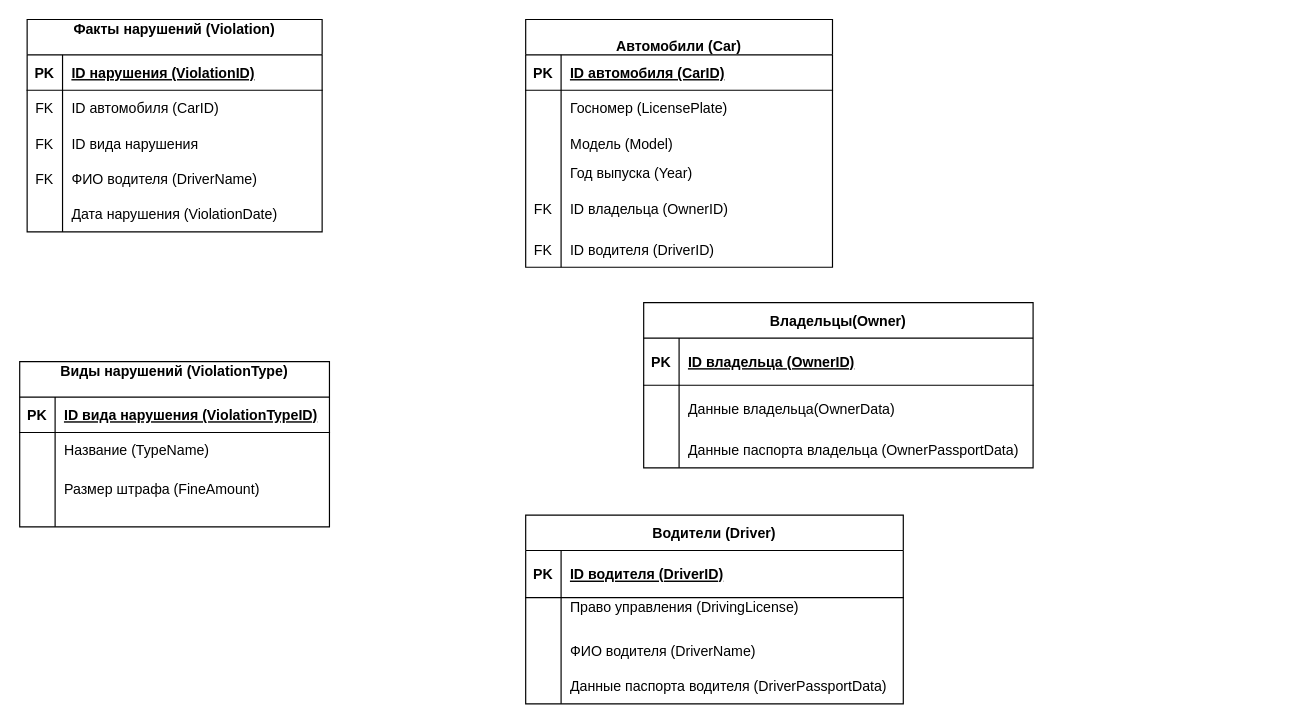
Earlier version of the draw.io diagram Диаграмма без названия.drawio (Bondareno/glass-containers). Source tidied: cells renumbered, new cells numbered last; positions are measured from the earlier drawing's top-left corner, leaving out a move shared by most shapes. Both pictures are drawn from the tidied source at 118%, with x=0, y=0 at pixel (19, 19).
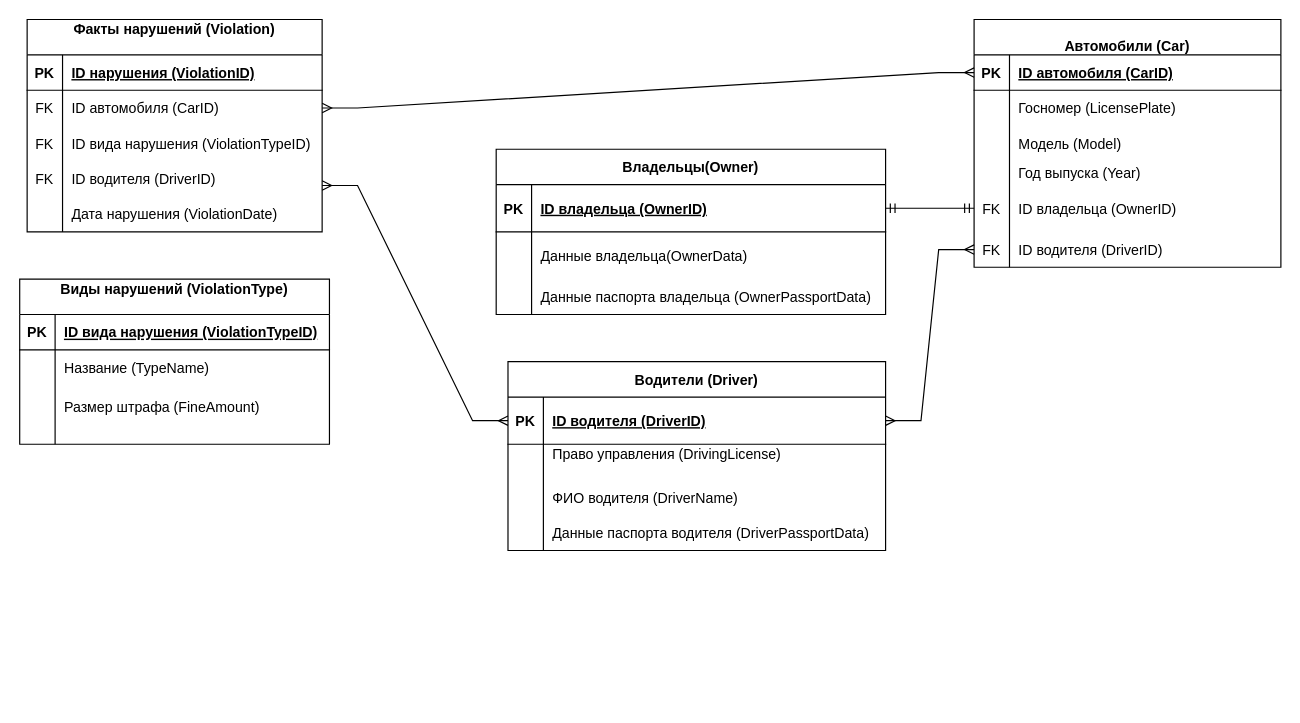
The same page after the edit.

The change refers to these unchanged cells:
```xml
<mxCell id="16" style="shape=partialRectangle;fillColor=none;points=[[0,0.5],[1,0.5]];portConstraint=eastwest;top=0;left=0;right=0;bottom=0;" parent="12" vertex="1">
  <mxGeometry y="60" width="250" height="30" as="geometry" />
</mxCell>
<mxCell id="19" style="shape=partialRectangle;fillColor=none;top=0;left=0;right=0;bottom=0;" parent="12" vertex="1">
  <mxGeometry y="90" width="250" height="30" as="geometry" />
</mxCell>
<mxCell id="22" style="shape=partialRectangle;fillColor=none;top=0;left=0;right=0;bottom=0;" parent="12" vertex="1">
  <mxGeometry y="120" width="250" height="30" as="geometry" />
</mxCell>
<mxCell id="29" style="shape=partialRectangle;fillColor=none;points=[[0,0.5],[1,0.5]];portConstraint=eastwest;top=0;left=0;right=0;bottom=1;" parent="28" vertex="1">
  <mxGeometry y="30" width="260" height="30" as="geometry" />
</mxCell>
<mxCell id="44" style="shape=partialRectangle;fillColor=none;points=[[0,0.5],[1,0.5]];portConstraint=eastwest;top=0;left=0;right=0;bottom=0;" parent="28" vertex="1">
  <mxGeometry y="180" width="260" height="30" as="geometry" />
</mxCell>
<mxCell id="48" style="shape=partialRectangle;fillColor=none;points=[[0,0.5],[1,0.5]];portConstraint=eastwest;top=0;left=0;right=0;bottom=1;" parent="47" vertex="1">
  <mxGeometry y="30" width="320" height="40" as="geometry" />
</mxCell>
<mxCell id="61" style="shape=partialRectangle;fillColor=none;points=[[0,0.5],[1,0.5]];portConstraint=eastwest;top=0;left=0;right=0;bottom=1;" parent="60" vertex="1">
  <mxGeometry y="30" width="330" height="40" as="geometry" />
</mxCell>
```

Diff of the diagram source:
```diff
@@
     <mxCell id="2" value="Виды нарушений (ViolationType)&#10;" style="shape=table;startSize=30;childLayout=tableLayout;rowLines=0;fontStyle=1;align=center;" parent="1" vertex="1">
-      <mxGeometry x="0.2" y="290" width="262.5" height="140" as="geometry" />
+      <mxGeometry x="0.2" y="220" width="262.5" height="140" as="geometry" />
     </mxCell>
@@
-    <mxCell id="21" value="ID вида нарушения " style="shape=partialRectangle;overflow=hidden;fillColor=none;top=0;left=0;bottom=0;right=0;align=left;spacingLeft=6;" parent="19" vertex="1">
+    <mxCell id="21" value="ID вида нарушения (ViolationTypeID)" style="shape=partialRectangle;overflow=hidden;fillColor=none;top=0;left=0;bottom=0;right=0;align=left;spacingLeft=6;" parent="19" vertex="1">
       <mxGeometry x="30" width="220" height="30" as="geometry" />
     </mxCell>
@@
-    <mxCell id="24" value="ФИО водителя (DriverName)" style="shape=partialRectangle;overflow=hidden;fillColor=none;top=0;left=0;bottom=0;right=0;align=left;spacingLeft=6;" parent="22" vertex="1">
+    <mxCell id="24" value="ID водителя (DriverID)" style="shape=partialRectangle;overflow=hidden;fillColor=none;top=0;left=0;bottom=0;right=0;align=left;spacingLeft=6;" parent="22" vertex="1">
       <mxGeometry x="30" width="220" height="30" as="geometry" />
     </mxCell>
@@
     <mxCell id="28" value="&#10;Автомобили (Car)" style="shape=table;startSize=30;childLayout=tableLayout;rowLines=0;fontStyle=1;align=center;" parent="1" vertex="1">
-      <mxGeometry x="429" width="260" height="210" as="geometry" />
+      <mxGeometry x="809" width="260" height="210" as="geometry" />
     </mxCell>
@@
     <mxCell id="47" value="Водители (Driver)" style="shape=table;startSize=30;childLayout=tableLayout;rowLines=0;fontStyle=1;align=center;" parent="1" vertex="1">
-      <mxGeometry x="429" y="420" width="320" height="160" as="geometry" />
+      <mxGeometry x="414" y="290" width="320" height="160" as="geometry" />
     </mxCell>
@@
     <mxCell id="60" value="Владельцы(Owner)" style="shape=table;startSize=30;childLayout=tableLayout;rowLines=0;fontStyle=1;align=center;" parent="1" vertex="1">
-      <mxGeometry x="529" y="240" width="330" height="140" as="geometry" />
+      <mxGeometry x="404" y="110" width="330" height="140" as="geometry" />
     </mxCell>
@@
+    <mxCell id="70" style="edgeStyle=entityRelationEdgeStyle;fontSize=12;html=1;endArrow=ERmany;startArrow=ERmany;rounded=0;exitX=1;exitY=0.5;exitDx=0;exitDy=0;entryX=0;entryY=0.5;entryDx=0;entryDy=0;" parent="1" edge="1" source="16" target="29">
+      <mxGeometry relative="1" as="geometry" />
+    </mxCell>
+    <mxCell id="71" style="edgeStyle=entityRelationEdgeStyle;fontSize=12;html=1;endArrow=ERmany;startArrow=ERmany;rounded=0;entryX=0;entryY=0.5;entryDx=0;entryDy=0;exitX=1;exitY=0.5;exitDx=0;exitDy=0;" parent="1" edge="1" source="48" target="44">
+      <mxGeometry relative="1" as="geometry" />
+    </mxCell>
+    <mxCell id="72" style="edgeStyle=entityRelationEdgeStyle;fontSize=12;html=1;endArrow=ERmany;startArrow=ERmany;rounded=0;exitX=1.007;exitY=0.689;exitDx=0;exitDy=0;exitPerimeter=0;entryX=0;entryY=0.5;entryDx=0;entryDy=0;" parent="1" edge="1" target="48">
+      <mxGeometry relative="1" as="geometry">
+        <mxPoint x="256.5" y="140.7" as="sourcePoint" />
+        <Array as="points">
+          <mxPoint x="349" y="450" />
+        </Array>
+      </mxGeometry>
+    </mxCell>
+    <mxCell id="73" style="edgeStyle=entityRelationEdgeStyle;fontSize=12;html=1;endArrow=ERmandOne;startArrow=ERmandOne;rounded=0;exitX=1;exitY=0.5;exitDx=0;exitDy=0;" parent="1" edge="1" source="61">
+      <mxGeometry relative="1" as="geometry">
+        <mxPoint x="809" y="160" as="targetPoint" />
+      </mxGeometry>
+    </mxCell>
```
